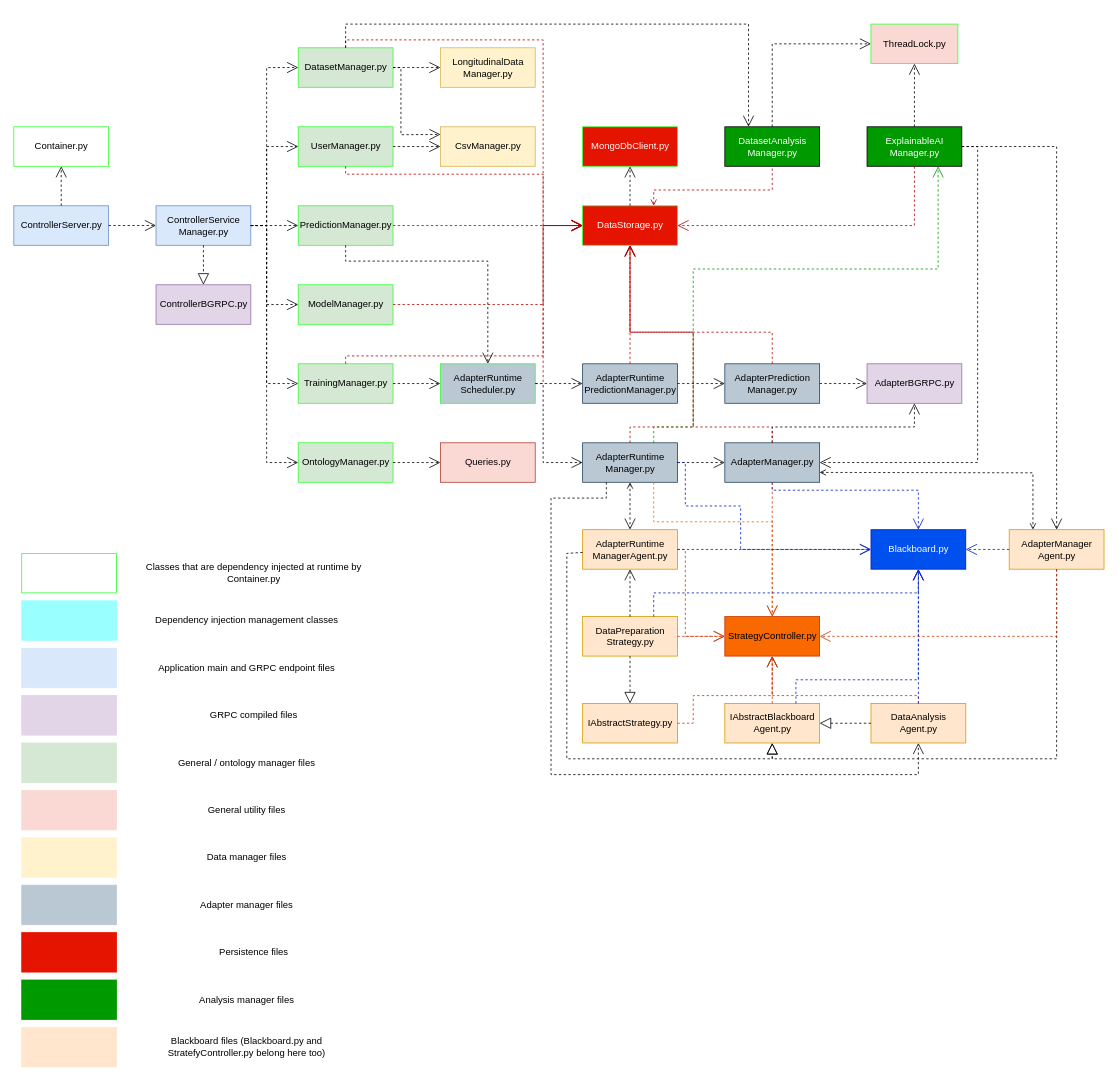
hochschule-darmstadt/MetaAutoML keeps this draw.io diagram as docs/draw.io/controller file structure.drawio. Above is the earlier version. Source tidied: cells renumbered, new cells numbered last; positions are measured from the earlier drawing's top-left corner, leaving out a move shared by most shapes. Both pictures are drawn from the tidied source at 79%, with x=0, y=0 at pixel (13, 24).
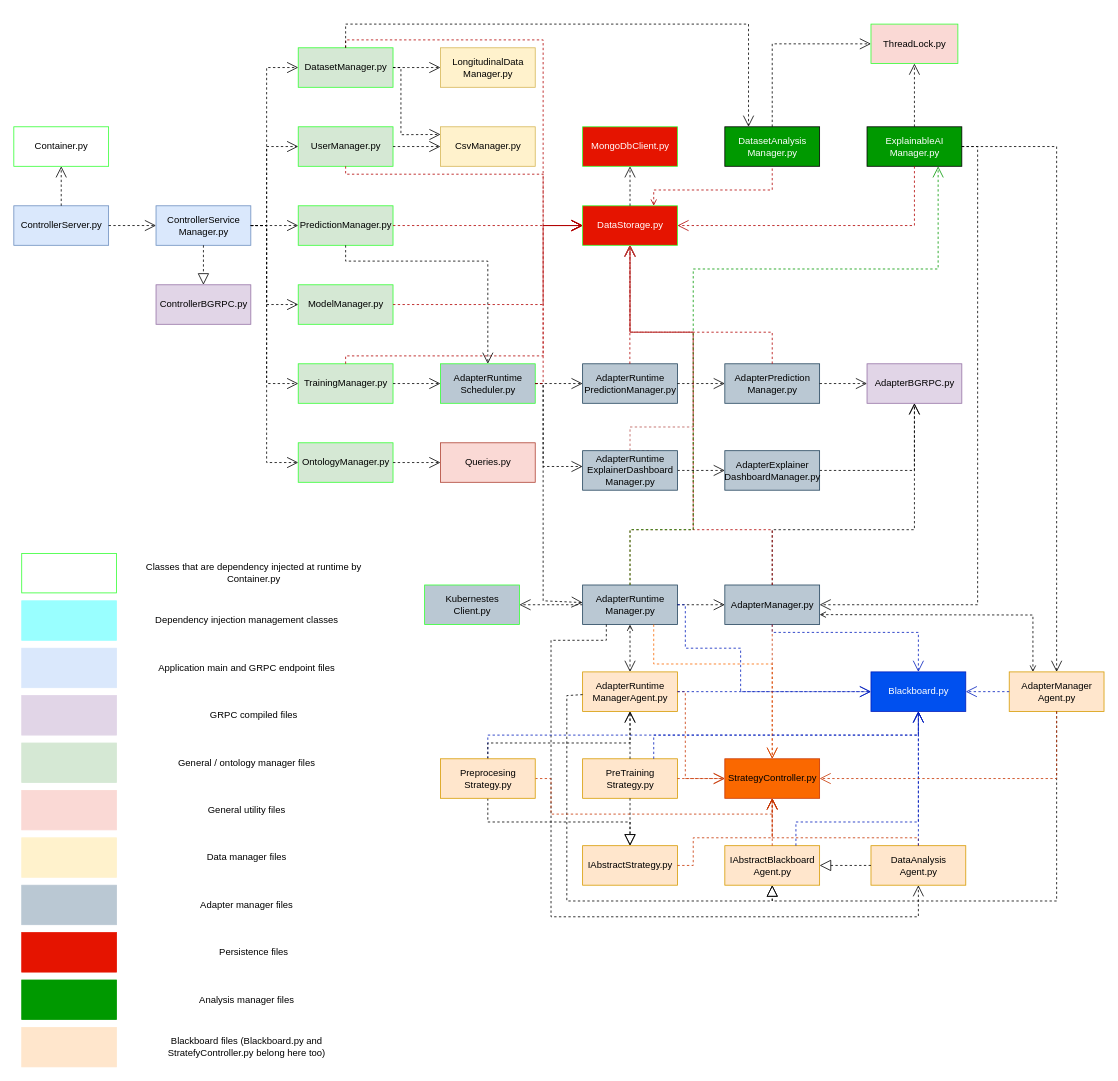
Above is the later version.

The change refers to these unchanged cells:
```xml
<mxCell id="3" value="AdapterBGRPC.py" style="html=1;fillColor=#e1d5e7;strokeColor=#9673a6;" parent="1" vertex="1">
  <mxGeometry x="1080" y="430" width="120" height="50" as="geometry" />
</mxCell>
<mxCell id="20" value="DataStorage.py" style="html=1;fillColor=#e51400;strokeColor=#33FF33;fontColor=#ffffff;" parent="1" vertex="1">
  <mxGeometry x="720" y="230" width="120" height="50" as="geometry" />
</mxCell>
<mxCell id="40" value="ExplainableAI&lt;br&gt;Manager.py" style="html=1;fillColor=#009900;fontColor=#FFFFFF;" parent="1" vertex="1">
  <mxGeometry x="1080" y="130" width="120" height="50" as="geometry" />
</mxCell>
<mxCell id="44" value="AdapterRuntime&lt;br&gt;Scheduler.py" style="html=1;fillColor=#bac8d3;strokeColor=#33FF33;" parent="1" vertex="1">
  <mxGeometry x="540" y="430" width="120" height="50" as="geometry" />
</mxCell>
<mxCell id="47" value="AdapterRuntime&lt;br&gt;PredictionManager.py" style="html=1;fillColor=#bac8d3;strokeColor=#23445d;" parent="1" vertex="1">
  <mxGeometry x="720" y="430" width="120" height="50" as="geometry" />
</mxCell>
```

Change to the diagram source:
```diff
@@
     <mxCell id="42" value="AdapterManager.py" style="html=1;fillColor=#bac8d3;strokeColor=#23445d;" parent="1" vertex="1">
-      <mxGeometry x="900" y="530" width="120" height="50" as="geometry" />
+      <mxGeometry x="900" y="710" width="120" height="50" as="geometry" />
     </mxCell>
     <mxCell id="43" style="endArrow=open;endSize=12;dashed=1;html=1;rounded=0;startArrow=none;startFill=0;" parent="1" edge="1" source="40" target="42">
       <mxGeometry relative="1" as="geometry">
         <Array as="points">
           <mxPoint x="1220" y="155" />
-          <mxPoint x="1220" y="555" />
+          <mxPoint x="1220" y="735" />
         </Array>
       </mxGeometry>
     </mxCell>
+    <mxCell id="119" style="edgeStyle=orthogonalEdgeStyle;rounded=0;jettySize=auto;html=1;dashed=1;endArrow=open;endFill=0;endSize=12;" parent="1" edge="1" source="44" target="125">
+      <mxGeometry relative="1" as="geometry">
+        <Array as="points">
+          <mxPoint x="670" y="455" />
+          <mxPoint x="670" y="560" />
+        </Array>
+      </mxGeometry>
+    </mxCell>
@@
+    <mxCell id="120" style="edgeStyle=orthogonalEdgeStyle;rounded=0;jettySize=auto;html=1;dashed=1;endArrow=open;endFill=0;endSize=12;" parent="1" edge="1" source="45" target="131">
+      <mxGeometry relative="1" as="geometry" />
+    </mxCell>
     <mxCell id="45" value="AdapterRuntime&lt;br&gt;Manager.py" style="html=1;fillColor=#bac8d3;strokeColor=#23445d;" parent="1" vertex="1">
-      <mxGeometry x="720" y="530" width="120" height="50" as="geometry" />
+      <mxGeometry x="720" y="710" width="120" height="50" as="geometry" />
     </mxCell>
@@
     <mxCell id="48" value="Blackboard.py" style="html=1;fillColor=#0050ef;strokeColor=#001DBC;fontColor=#ffffff;" parent="1" vertex="1">
-      <mxGeometry x="1085" y="640" width="120" height="50" as="geometry" />
+      <mxGeometry x="1085" y="820" width="120" height="50" as="geometry" />
     </mxCell>
     <mxCell id="49" value="StrategyController.py" style="html=1;fillColor=#fa6800;strokeColor=#C73500;fontColor=#000000;" parent="1" vertex="1">
-      <mxGeometry x="900" y="750" width="120" height="50" as="geometry" />
+      <mxGeometry x="900" y="930" width="120" height="50" as="geometry" />
     </mxCell>
     <mxCell id="50" value="IAbstractStrategy.py" style="html=1;fillColor=#ffe6cc;strokeColor=#d79b00;" parent="1" vertex="1">
-      <mxGeometry x="720" y="860" width="120" height="50" as="geometry" />
+      <mxGeometry x="720" y="1040" width="120" height="50" as="geometry" />
     </mxCell>
-    <mxCell id="51" value="DataPreparation&lt;br&gt;Strategy.py" style="html=1;fillColor=#ffe6cc;strokeColor=#d79b00;" parent="1" vertex="1">
-      <mxGeometry x="720" y="750" width="120" height="50" as="geometry" />
+    <mxCell id="51" value="PreTraining&lt;br&gt;Strategy.py" style="html=1;fillColor=#ffe6cc;strokeColor=#d79b00;" parent="1" vertex="1">
+      <mxGeometry x="720" y="930" width="120" height="50" as="geometry" />
     </mxCell>
     <mxCell id="52" value="IAbstractBlackboard&lt;br&gt;Agent.py" style="html=1;fillColor=#ffe6cc;strokeColor=#d79b00;" parent="1" vertex="1">
-      <mxGeometry x="900" y="860" width="120" height="50" as="geometry" />
+      <mxGeometry x="900" y="1040" width="120" height="50" as="geometry" />
     </mxCell>
     <mxCell id="53" value="DataAnalysis&lt;br&gt;Agent.py" style="html=1;fillColor=#ffe6cc;strokeColor=#d79b00;" parent="1" vertex="1">
-      <mxGeometry x="1085" y="860" width="120" height="50" as="geometry" />
+      <mxGeometry x="1085" y="1040" width="120" height="50" as="geometry" />
     </mxCell>
     <mxCell id="54" value="AdapterRuntime&lt;br&gt;ManagerAgent.py" style="html=1;fillColor=#ffe6cc;strokeColor=#d79b00;" parent="1" vertex="1">
-      <mxGeometry x="720" y="640" width="120" height="50" as="geometry" />
+      <mxGeometry x="720" y="820" width="120" height="50" as="geometry" />
     </mxCell>
     <mxCell id="55" value="AdapterManager&lt;br&gt;Agent.py" style="html=1;fillColor=#ffe6cc;strokeColor=#d79b00;" parent="1" vertex="1">
-      <mxGeometry x="1260" y="640" width="120" height="50" as="geometry" />
+      <mxGeometry x="1260" y="820" width="120" height="50" as="geometry" />
     </mxCell>
     <mxCell id="56" style="endArrow=block;dashed=1;endFill=0;endSize=12;html=1;rounded=0;" parent="1" edge="1" source="55" target="52">
       <mxGeometry relative="1" as="geometry">
         <Array as="points">
-          <mxPoint x="1320" y="930" />
-          <mxPoint x="960" y="930" />
+          <mxPoint x="1320" y="1110" />
+          <mxPoint x="960" y="1110" />
         </Array>
       </mxGeometry>
     </mxCell>
     <mxCell id="57" style="endArrow=block;dashed=1;endFill=0;endSize=12;html=1;rounded=0;" parent="1" edge="1" source="54" target="52">
       <mxGeometry relative="1" as="geometry">
         <Array as="points">
-          <mxPoint x="700" y="670" />
-          <mxPoint x="700" y="930" />
-          <mxPoint x="960" y="930" />
+          <mxPoint x="700" y="850" />
+          <mxPoint x="700" y="1110" />
+          <mxPoint x="960" y="1110" />
         </Array>
       </mxGeometry>
     </mxCell>
@@
     <mxCell id="61" style="endArrow=open;endSize=12;dashed=1;html=1;rounded=0;exitX=0.75;exitY=0;exitDx=0;exitDy=0;fillColor=#0050ef;strokeColor=#001DBC;" parent="1" edge="1" source="52" target="48">
       <mxGeometry relative="1" as="geometry">
         <Array as="points">
-          <mxPoint x="990" y="830" />
-          <mxPoint x="1145" y="830" />
+          <mxPoint x="990" y="1010" />
+          <mxPoint x="1145" y="1010" />
         </Array>
       </mxGeometry>
     </mxCell>
     <mxCell id="62" style="endArrow=open;endSize=12;dashed=1;html=1;rounded=0;fillColor=#fa6800;strokeColor=#C73500;" parent="1" edge="1" source="50" target="49">
       <mxGeometry relative="1" as="geometry">
         <Array as="points">
-          <mxPoint x="860" y="885" />
-          <mxPoint x="860" y="850" />
-          <mxPoint x="960" y="850" />
+          <mxPoint x="860" y="1065" />
+          <mxPoint x="860" y="1030" />
+          <mxPoint x="960" y="1030" />
         </Array>
       </mxGeometry>
     </mxCell>
@@
     <mxCell id="67" style="endArrow=open;endSize=12;dashed=1;html=1;rounded=0;" parent="1" edge="1" source="44" target="45">
       <mxGeometry relative="1" as="geometry">
         <Array as="points">
           <mxPoint x="670" y="455" />
-          <mxPoint x="670" y="555" />
+          <mxPoint x="670" y="730" />
         </Array>
       </mxGeometry>
     </mxCell>
@@
-    <mxCell id="69" style="endArrow=open;endSize=12;dashed=1;html=1;rounded=0;fillColor=#e51400;strokeColor=#B20000;" parent="1" edge="1" source="47" target="20">
-      <mxGeometry relative="1" as="geometry" />
+    <mxCell id="69" style="endArrow=open;endSize=12;dashed=1;html=1;rounded=0;fillColor=#e51400;strokeColor=#B20000;" parent="1" edge="1">
+      <mxGeometry relative="1" as="geometry">
+        <mxPoint x="779.8" y="430" as="sourcePoint" />
+        <mxPoint x="779.8" y="280" as="targetPoint" />
+      </mxGeometry>
     </mxCell>
@@
     <mxCell id="72" style="endArrow=open;endSize=12;dashed=1;html=1;rounded=0;" parent="1" edge="1" source="42" target="3">
       <mxGeometry relative="1" as="geometry">
         <Array as="points">
-          <mxPoint x="960" y="510" />
+          <mxPoint x="960" y="640" />
+          <mxPoint x="1140" y="640" />
           <mxPoint x="1140" y="510" />
         </Array>
       </mxGeometry>
     </mxCell>
@@
     <mxCell id="74" style="endArrow=open;endSize=12;dashed=1;html=1;rounded=0;fillColor=#e51400;strokeColor=#B20000;" parent="1" edge="1" source="45" target="20">
       <mxGeometry relative="1" as="geometry">
         <Array as="points">
-          <mxPoint x="780" y="510" />
+          <mxPoint x="780" y="640" />
+          <mxPoint x="860" y="640" />
           <mxPoint x="860" y="510" />
           <mxPoint x="860" y="390" />
           <mxPoint x="780" y="390" />
         </Array>
       </mxGeometry>
     </mxCell>
     <mxCell id="75" style="endArrow=open;endSize=12;dashed=1;html=1;rounded=0;fillColor=#e51400;strokeColor=#B20000;" parent="1" edge="1" source="42" target="20">
       <mxGeometry relative="1" as="geometry">
         <Array as="points">
-          <mxPoint x="960" y="510" />
+          <mxPoint x="960" y="640" />
+          <mxPoint x="860" y="640" />
           <mxPoint x="860" y="510" />
           <mxPoint x="860" y="390" />
           <mxPoint x="780" y="390" />
         </Array>
       </mxGeometry>
     </mxCell>
     <mxCell id="76" style="endArrow=open;endSize=12;dashed=1;html=1;rounded=0;fillColor=#0050ef;strokeColor=#001DBC;" parent="1" edge="1" source="45" target="48">
       <mxGeometry relative="1" as="geometry">
         <Array as="points">
-          <mxPoint x="850" y="555" />
-          <mxPoint x="850" y="610" />
-          <mxPoint x="920" y="610" />
-          <mxPoint x="920" y="665" />
+          <mxPoint x="850" y="735" />
+          <mxPoint x="850" y="790" />
+          <mxPoint x="920" y="790" />
+          <mxPoint x="920" y="845" />
         </Array>
       </mxGeometry>
     </mxCell>
-    <mxCell id="77" style="endArrow=open;endSize=12;dashed=1;html=1;rounded=0;exitX=0.75;exitY=0;exitDx=0;exitDy=0;entryX=0.75;entryY=1;entryDx=0;entryDy=0;fillColor=#a0522d;strokeColor=#009900;" parent="1" edge="1" source="45" target="40">
+    <mxCell id="77" style="endArrow=open;endSize=12;dashed=1;html=1;rounded=0;exitX=0.5;exitY=0;exitDx=0;exitDy=0;entryX=0.75;entryY=1;entryDx=0;entryDy=0;fillColor=#a0522d;strokeColor=#009900;" parent="1" edge="1" source="45" target="40">
       <mxGeometry relative="1" as="geometry">
         <Array as="points">
-          <mxPoint x="810" y="510" />
+          <mxPoint x="780" y="640" />
+          <mxPoint x="860" y="640" />
           <mxPoint x="860" y="510" />
           <mxPoint x="860" y="310" />
           <mxPoint x="1170" y="310" />
         </Array>
       </mxGeometry>
     </mxCell>
     <mxCell id="78" style="endArrow=open;endSize=12;dashed=1;html=1;rounded=0;strokeColor=#FA6800;" parent="1" edge="1" target="49">
       <mxGeometry relative="1" as="geometry">
-        <mxPoint x="810" y="580" as="sourcePoint" />
+        <mxPoint x="810" y="760" as="sourcePoint" />
         <Array as="points">
-          <mxPoint x="810" y="630" />
-          <mxPoint x="960" y="630" />
+          <mxPoint x="810" y="810" />
+          <mxPoint x="960" y="810" />
         </Array>
       </mxGeometry>
     </mxCell>
     <mxCell id="79" style="endArrow=open;endSize=12;dashed=1;html=1;rounded=0;exitX=0.25;exitY=1;exitDx=0;exitDy=0;" parent="1" edge="1" source="45" target="53">
       <mxGeometry relative="1" as="geometry">
         <Array as="points">
-          <mxPoint x="750" y="600" />
-          <mxPoint x="680" y="600" />
-          <mxPoint x="680" y="950" />
-          <mxPoint x="1145" y="950" />
+          <mxPoint x="750" y="780" />
+          <mxPoint x="680" y="780" />
+          <mxPoint x="680" y="1130" />
+          <mxPoint x="1145" y="1130" />
         </Array>
       </mxGeometry>
     </mxCell>
@@
     <mxCell id="81" style="endArrow=open;endSize=6;dashed=1;html=1;rounded=0;startArrow=open;startFill=0;exitX=1;exitY=0.75;exitDx=0;exitDy=0;entryX=0.25;entryY=0;entryDx=0;entryDy=0;endFill=0;" parent="1" edge="1" source="42" target="55">
       <mxGeometry relative="1" as="geometry">
         <Array as="points">
-          <mxPoint x="1290" y="568" />
+          <mxPoint x="1290" y="748" />
         </Array>
       </mxGeometry>
     </mxCell>
     <mxCell id="82" style="endArrow=open;endSize=12;dashed=1;html=1;rounded=0;fillColor=#0050ef;strokeColor=#001DBC;" parent="1" edge="1" source="42" target="48">
       <mxGeometry relative="1" as="geometry">
         <Array as="points">
-          <mxPoint x="960" y="590" />
-          <mxPoint x="1145" y="590" />
+          <mxPoint x="960" y="770" />
+          <mxPoint x="1145" y="770" />
         </Array>
       </mxGeometry>
     </mxCell>
@@
     <mxCell id="85" style="endArrow=open;endSize=12;dashed=1;html=1;rounded=0;exitX=0.75;exitY=0;exitDx=0;exitDy=0;entryX=0.5;entryY=1;entryDx=0;entryDy=0;fillColor=#0050ef;strokeColor=#001DBC;" parent="1" edge="1" source="51" target="48">
       <mxGeometry x="-0.04" relative="1" as="geometry">
         <Array as="points">
-          <mxPoint x="810" y="720" />
-          <mxPoint x="1145" y="720" />
+          <mxPoint x="810" y="900" />
+          <mxPoint x="1145" y="900" />
         </Array>
       </mxGeometry>
     </mxCell>
@@
     <mxCell id="87" style="endArrow=open;endSize=12;dashed=1;html=1;rounded=0;fillColor=#fa6800;strokeColor=#C73500;" parent="1" edge="1" source="53" target="49">
       <mxGeometry relative="1" as="geometry">
         <Array as="points">
-          <mxPoint x="1145" y="850" />
-          <mxPoint x="960" y="850" />
+          <mxPoint x="1145" y="1030" />
+          <mxPoint x="960" y="1030" />
         </Array>
       </mxGeometry>
     </mxCell>
@@
     <mxCell id="89" style="endArrow=open;endSize=12;dashed=1;html=1;rounded=0;fillColor=#fa6800;strokeColor=#C73500;" parent="1" edge="1" source="54" target="49">
       <mxGeometry relative="1" as="geometry">
         <Array as="points">
-          <mxPoint x="850" y="665" />
-          <mxPoint x="850" y="775" />
+          <mxPoint x="850" y="845" />
+          <mxPoint x="850" y="955" />
         </Array>
       </mxGeometry>
     </mxCell>
@@
     <mxCell id="92" style="endArrow=open;endSize=12;dashed=1;html=1;rounded=0;fillColor=#fa6800;strokeColor=#C73500;" parent="1" edge="1" source="55" target="49">
       <mxGeometry relative="1" as="geometry">
         <Array as="points">
-          <mxPoint x="1320" y="775" />
+          <mxPoint x="1320" y="955" />
         </Array>
       </mxGeometry>
     </mxCell>
@@
+    <mxCell id="121" style="edgeStyle=orthogonalEdgeStyle;rounded=0;jettySize=auto;html=1;endSize=12;endArrow=open;endFill=0;dashed=1;" parent="1" edge="1" source="122" target="3">
+      <mxGeometry relative="1" as="geometry" />
+    </mxCell>
+    <mxCell id="122" value="AdapterExplainer&lt;br&gt;DashboardManager.py" style="html=1;fillColor=#bac8d3;strokeColor=#23445d;" parent="1" vertex="1">
+      <mxGeometry x="900" y="540" width="120" height="50" as="geometry" />
+    </mxCell>
+    <mxCell id="123" style="edgeStyle=orthogonalEdgeStyle;rounded=0;jettySize=auto;html=1;endArrow=open;endFill=0;endSize=12;dashed=1;" parent="1" edge="1" source="125" target="122">
+      <mxGeometry relative="1" as="geometry" />
+    </mxCell>
+    <mxCell id="124" style="edgeStyle=orthogonalEdgeStyle;rounded=0;orthogonalLoop=1;jettySize=auto;html=1;fillColor=#f8cecc;strokeColor=#b85450;dashed=1;endArrow=open;endFill=0;endSize=12;" parent="1" edge="1">
+      <mxGeometry relative="1" as="geometry">
+        <mxPoint x="810" y="540" as="sourcePoint" />
+        <mxPoint x="780" y="280" as="targetPoint" />
+        <Array as="points">
+          <mxPoint x="780" y="540" />
+          <mxPoint x="780" y="510" />
+          <mxPoint x="860" y="510" />
+          <mxPoint x="860" y="390" />
+          <mxPoint x="780" y="390" />
+        </Array>
+      </mxGeometry>
+    </mxCell>
+    <mxCell id="125" value="AdapterRuntime&lt;br&gt;ExplainerDashboard&lt;br&gt;Manager.py" style="html=1;fillColor=#bac8d3;strokeColor=#23445d;" parent="1" vertex="1">
+      <mxGeometry x="720" y="540" width="120" height="50" as="geometry" />
+    </mxCell>
+    <mxCell id="126" style="edgeStyle=orthogonalEdgeStyle;rounded=0;jettySize=auto;html=1;fillColor=#ffe6cc;strokeColor=#C73500;dashed=1;endArrow=open;endFill=0;endSize=12;" parent="1" edge="1" source="130" target="49">
+      <mxGeometry relative="1" as="geometry">
+        <Array as="points">
+          <mxPoint x="680" y="955" />
+          <mxPoint x="680" y="1000" />
+          <mxPoint x="960" y="1000" />
+        </Array>
+      </mxGeometry>
+    </mxCell>
+    <mxCell id="127" style="edgeStyle=orthogonalEdgeStyle;rounded=0;jettySize=auto;html=1;dashed=1;endArrow=open;endFill=0;strokeColor=#001DBC;" parent="1" edge="1" source="130" target="48">
+      <mxGeometry relative="1" as="geometry">
+        <Array as="points">
+          <mxPoint x="600" y="900" />
+          <mxPoint x="1145" y="900" />
+        </Array>
+      </mxGeometry>
+    </mxCell>
+    <mxCell id="128" style="edgeStyle=orthogonalEdgeStyle;rounded=0;jettySize=auto;html=1;dashed=1;endArrow=open;endFill=0;endSize=12;" parent="1" edge="1" source="130" target="54">
+      <mxGeometry relative="1" as="geometry">
+        <Array as="points">
+          <mxPoint x="600" y="910" />
+          <mxPoint x="780" y="910" />
+        </Array>
+      </mxGeometry>
+    </mxCell>
+    <mxCell id="129" style="edgeStyle=orthogonalEdgeStyle;rounded=0;jettySize=auto;html=1;dashed=1;endArrow=block;endFill=0;endSize=12;" parent="1" edge="1" source="130" target="50">
+      <mxGeometry relative="1" as="geometry">
+        <Array as="points">
+          <mxPoint x="600" y="1010" />
+          <mxPoint x="780" y="1010" />
+        </Array>
+      </mxGeometry>
+    </mxCell>
+    <mxCell id="130" value="Preprocesing&lt;br&gt;Strategy.py" style="html=1;fillColor=#ffe6cc;strokeColor=#d79b00;" parent="1" vertex="1">
+      <mxGeometry x="540" y="930" width="120" height="50" as="geometry" />
+    </mxCell>
+    <mxCell id="131" value="Kubernestes&lt;br&gt;Client.py" style="html=1;fillColor=#bac8d3;strokeColor=#33FF33;" parent="1" vertex="1">
+      <mxGeometry x="520" y="710" width="120" height="50" as="geometry" />
+    </mxCell>
```
